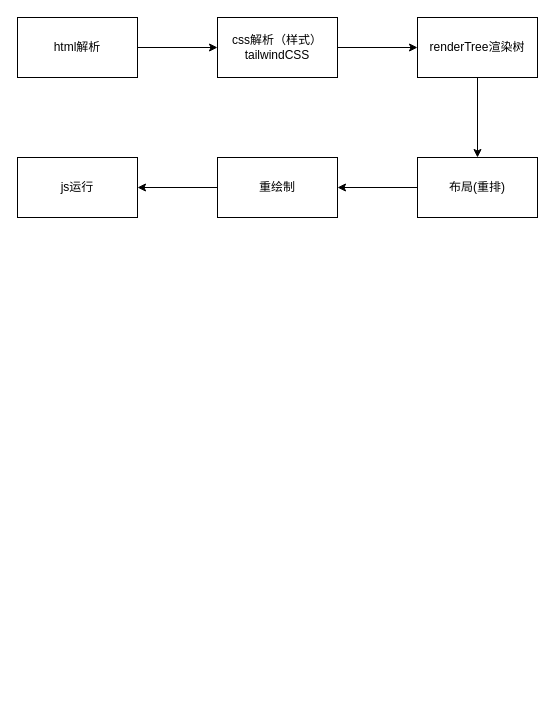
Earlier version of the draw.io diagram 8.10.drawio (SongFuying/8.10_E). Source tidied: cells renumbered, new cells numbered last; positions are measured from the earlier drawing's top-left corner, leaving out a move shared by most shapes. Both pictures are drawn from the tidied source at 100%, with x=0, y=0 at pixel (17, 17).
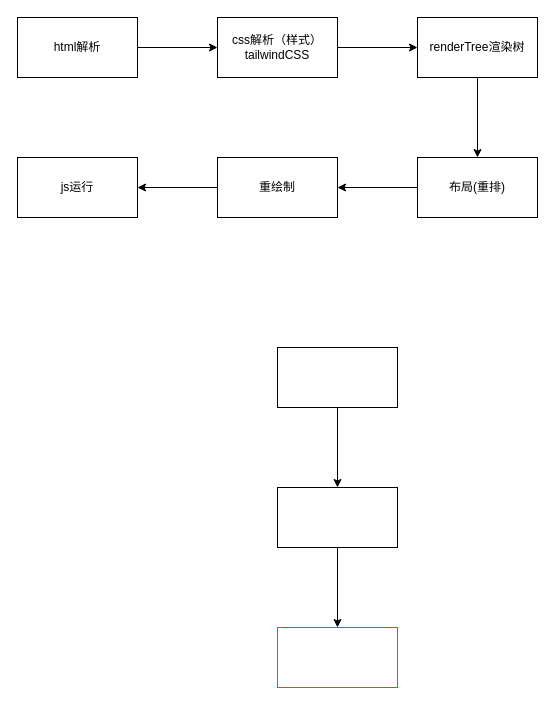
The same diagram, later.

What changed in the source:
```diff
@@
 <mxGraphModel>
   <root>
     <mxCell id="0" />
     <mxCell id="1" parent="0" />
     <mxCell id="2" style="edgeStyle=none;html=1;" parent="1" edge="1" source="3" target="5">
       <mxGeometry relative="1" as="geometry" />
     </mxCell>
     <mxCell id="3" value="html解析" style="whiteSpace=wrap;html=1;" parent="1" vertex="1">
       <mxGeometry width="120" height="60" as="geometry" />
     </mxCell>
     <mxCell id="4" style="edgeStyle=none;html=1;" parent="1" edge="1" source="5" target="7">
       <mxGeometry relative="1" as="geometry" />
     </mxCell>
     <mxCell id="5" value="css解析（样式）&lt;br&gt;tailwindCSS" style="whiteSpace=wrap;html=1;" parent="1" vertex="1">
       <mxGeometry x="200" width="120" height="60" as="geometry" />
     </mxCell>
     <mxCell id="6" style="edgeStyle=none;html=1;" parent="1" edge="1" source="7" target="9">
       <mxGeometry relative="1" as="geometry" />
     </mxCell>
     <mxCell id="7" value="renderTree渲染树" style="whiteSpace=wrap;html=1;" parent="1" vertex="1">
       <mxGeometry x="400" width="120" height="60" as="geometry" />
     </mxCell>
     <mxCell id="8" style="edgeStyle=none;html=1;" parent="1" edge="1" source="9" target="11">
       <mxGeometry relative="1" as="geometry" />
     </mxCell>
     <mxCell id="9" value="布局(重排)" style="whiteSpace=wrap;html=1;" parent="1" vertex="1">
       <mxGeometry x="400" y="140" width="120" height="60" as="geometry" />
     </mxCell>
     <mxCell id="10" style="edgeStyle=none;html=1;" parent="1" edge="1" source="11" target="12">
       <mxGeometry relative="1" as="geometry" />
     </mxCell>
     <mxCell id="11" value="重绘制" style="whiteSpace=wrap;html=1;" parent="1" vertex="1">
       <mxGeometry x="200" y="140" width="120" height="60" as="geometry" />
     </mxCell>
     <mxCell id="12" value="js运行" style="whiteSpace=wrap;html=1;" parent="1" vertex="1">
       <mxGeometry y="140" width="120" height="60" as="geometry" />
     </mxCell>
+    <mxCell id="13" style="edgeStyle=none;html=1;" parent="1" edge="1" source="14" target="16">
+      <mxGeometry relative="1" as="geometry" />
+    </mxCell>
+    <mxCell id="14" style="whiteSpace=wrap;html=1;" parent="1" vertex="1">
+      <mxGeometry x="260" y="330" width="120" height="60" as="geometry" />
+    </mxCell>
+    <mxCell id="15" style="edgeStyle=none;html=1;" parent="1" edge="1" source="16" target="17">
+      <mxGeometry relative="1" as="geometry" />
+    </mxCell>
+    <mxCell id="16" style="whiteSpace=wrap;html=1;" parent="1" vertex="1">
+      <mxGeometry x="260" y="470" width="120" height="60" as="geometry" />
+    </mxCell>
+    <mxCell id="17" style="whiteSpace=wrap;html=1;strokeColor=#FF3333;" parent="1" vertex="1">
+      <mxGeometry x="260" y="610" width="120" height="60" as="geometry" />
+    </mxCell>
   </root>
 </mxGraphModel>
```
